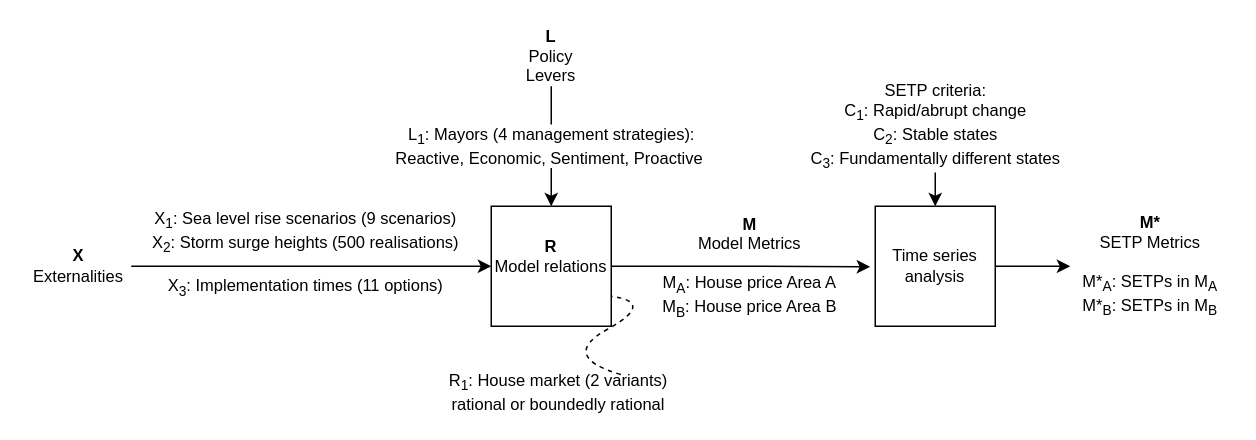
Before: Drawings/XLRM.dio in keesvanginkel/Urban-SETP, a draw.io diagram. Source tidied: cells renumbered, new cells numbered last; positions are measured from the earlier drawing's top-left corner, leaving out a move shared by most shapes. Both pictures are drawn from the tidied source at 150%, with x=0, y=0 at pixel (26, 26).
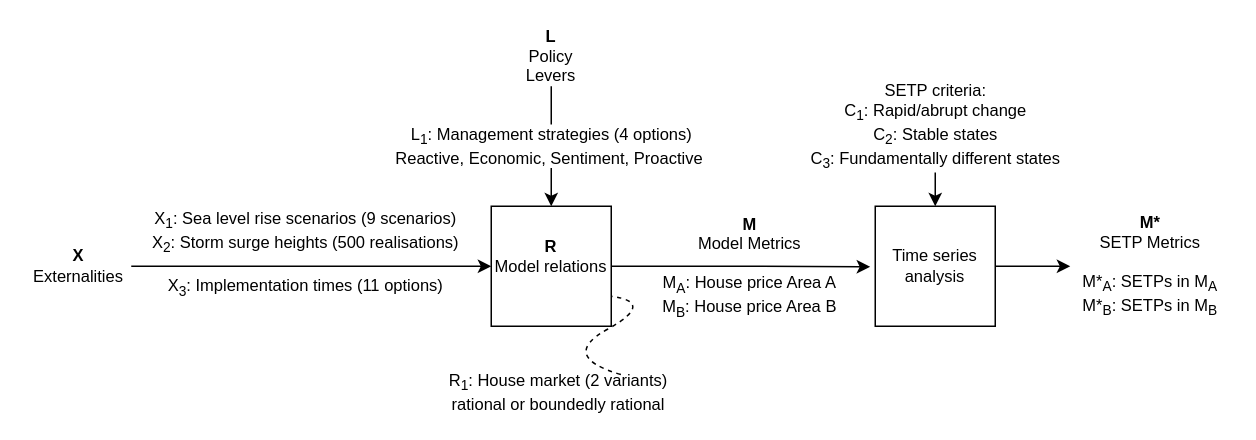
The same page after the edit.

The change refers to these unchanged cells:
```xml
<mxCell id="4" value="&lt;b&gt;R&lt;/b&gt;&lt;div&gt;Model relations&lt;/div&gt;&lt;div&gt;&lt;br&gt;&lt;/div&gt;" style="whiteSpace=wrap;html=1;fontSize=11;" parent="1" vertex="1">
  <mxGeometry x="310" y="120" width="80" height="80" as="geometry" />
</mxCell>
<mxCell id="9" value="&lt;div&gt;&lt;b&gt;L&lt;/b&gt;&lt;/div&gt;Policy Levers" style="text;html=1;strokeColor=none;fillColor=none;align=center;verticalAlign=middle;whiteSpace=wrap;rounded=0;fontSize=11;" parent="1" vertex="1">
  <mxGeometry x="330" width="40" height="40" as="geometry" />
</mxCell>
```

Change to the diagram source:
```diff
@@
-    <mxCell id="8" value="L&lt;sub&gt;1&lt;/sub&gt;: Mayors (4 management strategies):&lt;div&gt;Reactive, Economic, Sentiment, Proactive&amp;nbsp;&lt;/div&gt;" style="edgeStyle=orthogonalEdgeStyle;rounded=0;html=1;jettySize=auto;fontSize=11;" parent="1" edge="1" source="9" target="4">
+    <mxCell id="8" value="L&lt;sub&gt;1&lt;/sub&gt;: Management strategies (4 options)&lt;div&gt;Reactive, Economic, Sentiment, Proactive&amp;nbsp;&lt;/div&gt;" style="edgeStyle=orthogonalEdgeStyle;rounded=0;html=1;jettySize=auto;fontSize=11;" parent="1" edge="1" source="9" target="4">
       <mxGeometry relative="1" as="geometry" />
     </mxCell>
```
